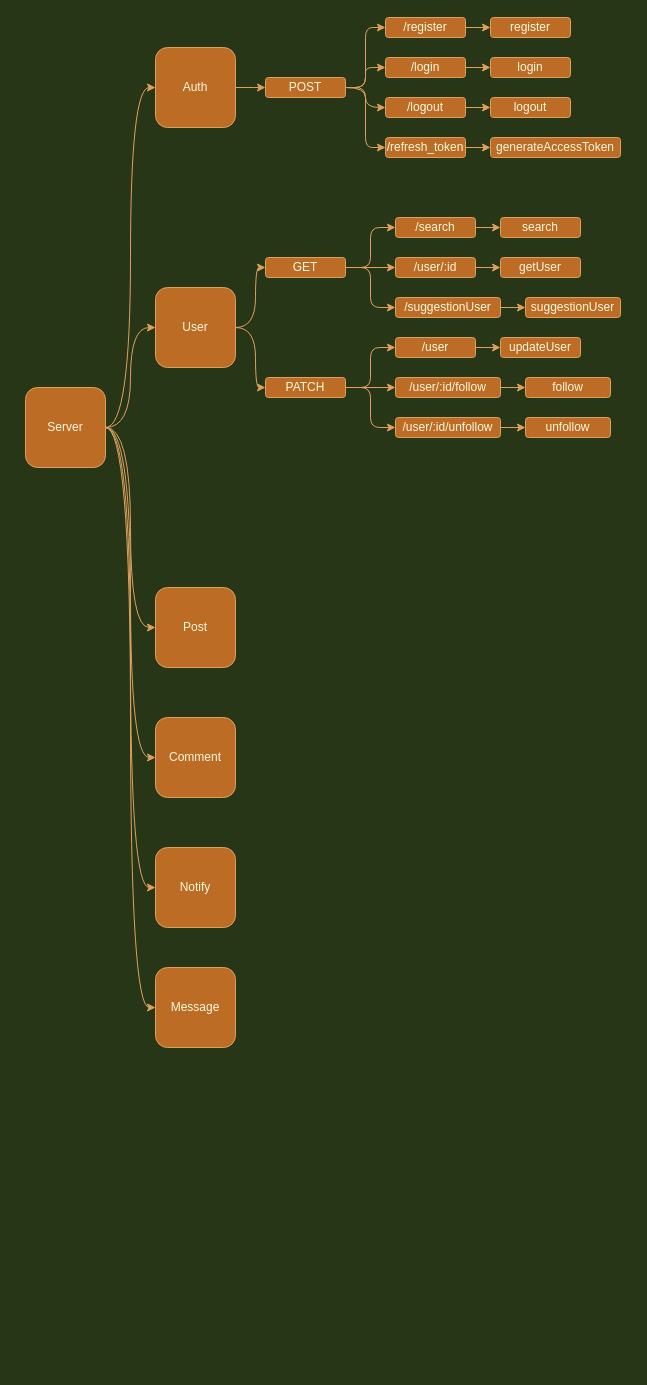
This is Untitled Diagram.drawio from iilhamriz/Social-Media-V2, a draw.io file, before an edit. Source tidied: cells renumbered, new cells numbered last; positions are measured from the earlier drawing's top-left corner, leaving out a move shared by most shapes. Both pictures are drawn from the tidied source at 100%, with x=0, y=0 at pixel (25, 17).
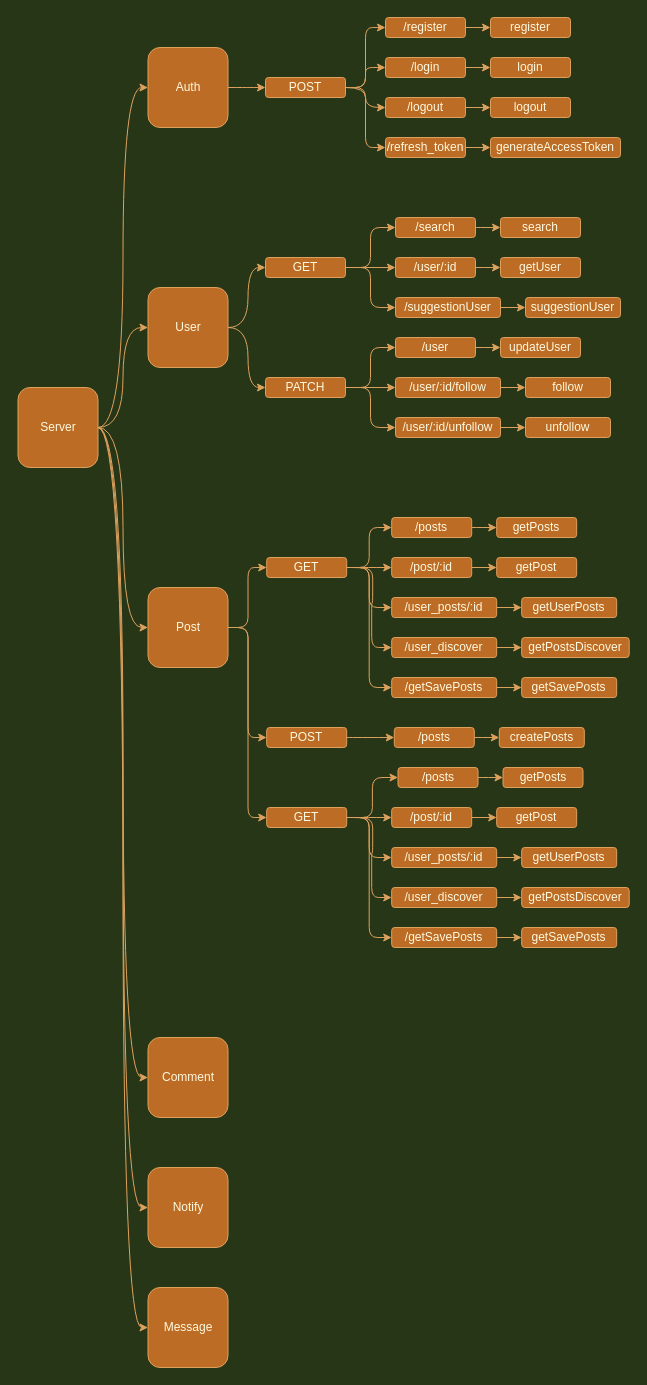
The same page after the edit.

The change refers to these unchanged cells:
```xml
<mxCell id="42" value="PATCH" style="rounded=1;whiteSpace=wrap;html=1;fillColor=#BC6C25;strokeColor=#DDA15E;fontColor=#FEFAE0;" parent="1" vertex="1">
  <mxGeometry x="240" y="360" width="80" height="20" as="geometry" />
</mxCell>
```

Diff of the diagram source:
```diff
@@
     <mxCell id="8" value="Server" style="whiteSpace=wrap;html=1;rounded=1;fillColor=#BC6C25;strokeColor=#DDA15E;fontColor=#FEFAE0;" parent="1" vertex="1">
-      <mxGeometry y="370" width="80" height="80" as="geometry" />
+      <mxGeometry x="-7.5" y="370" width="80" height="80" as="geometry" />
     </mxCell>
@@
     <mxCell id="10" value="Auth" style="whiteSpace=wrap;html=1;rounded=1;fillColor=#BC6C25;strokeColor=#DDA15E;fontColor=#FEFAE0;" parent="1" vertex="1">
-      <mxGeometry x="130" y="30" width="80" height="80" as="geometry" />
+      <mxGeometry x="122.5" y="30" width="80" height="80" as="geometry" />
     </mxCell>
     <mxCell id="11" style="edgeStyle=orthogonalEdgeStyle;rounded=1;jettySize=auto;html=1;entryX=0;entryY=0.5;entryDx=0;entryDy=0;fontColor=#FEFAE0;curved=1;labelBackgroundColor=#283618;strokeColor=#DDA15E;" parent="1" edge="1" source="13" target="42">
-      <mxGeometry relative="1" as="geometry" />
+      <mxGeometry relative="1" as="geometry">
+        <Array as="points">
+          <mxPoint x="222.5" y="310" />
+          <mxPoint x="222.5" y="370" />
+        </Array>
+      </mxGeometry>
     </mxCell>
@@
     <mxCell id="13" value="User" style="whiteSpace=wrap;html=1;rounded=1;fillColor=#BC6C25;strokeColor=#DDA15E;fontColor=#FEFAE0;" parent="1" vertex="1">
-      <mxGeometry x="130" y="270" width="80" height="80" as="geometry" />
+      <mxGeometry x="122.5" y="270" width="80" height="80" as="geometry" />
     </mxCell>
+    <mxCell id="61" style="edgeStyle=orthogonalEdgeStyle;curved=0;rounded=1;sketch=0;jettySize=auto;html=1;entryX=0;entryY=0.5;entryDx=0;entryDy=0;fontColor=#FEFAE0;strokeColor=#DDA15E;fillColor=#BC6C25;" parent="1" edge="1" source="14" target="67">
+      <mxGeometry relative="1" as="geometry">
+        <Array as="points">
+          <mxPoint x="222.5" y="610" />
+          <mxPoint x="222.5" y="550" />
+        </Array>
+      </mxGeometry>
+    </mxCell>
+    <mxCell id="62" style="edgeStyle=orthogonalEdgeStyle;curved=0;rounded=1;sketch=0;jettySize=auto;html=1;entryX=0;entryY=0.5;entryDx=0;entryDy=0;fontColor=#FEFAE0;strokeColor=#DDA15E;fillColor=#BC6C25;" parent="1" edge="1" source="14" target="69">
+      <mxGeometry relative="1" as="geometry">
+        <Array as="points">
+          <mxPoint x="222.5" y="610" />
+          <mxPoint x="222.5" y="720" />
+        </Array>
+      </mxGeometry>
+    </mxCell>
+    <mxCell id="63" style="edgeStyle=orthogonalEdgeStyle;curved=0;rounded=1;sketch=0;jettySize=auto;html=1;fontColor=#FEFAE0;strokeColor=#DDA15E;fillColor=#BC6C25;entryX=0;entryY=0.5;entryDx=0;entryDy=0;" parent="1" edge="1" source="14" target="93">
+      <mxGeometry relative="1" as="geometry">
+        <Array as="points">
+          <mxPoint x="222.5" y="610" />
+          <mxPoint x="222.5" y="800" />
+        </Array>
+      </mxGeometry>
+    </mxCell>
     <mxCell id="14" value="Post" style="whiteSpace=wrap;html=1;rounded=1;fillColor=#BC6C25;strokeColor=#DDA15E;fontColor=#FEFAE0;" parent="1" vertex="1">
-      <mxGeometry x="130" y="570" width="80" height="80" as="geometry" />
+      <mxGeometry x="122.5" y="570" width="80" height="80" as="geometry" />
     </mxCell>
     <mxCell id="15" value="Comment" style="whiteSpace=wrap;html=1;rounded=1;fillColor=#BC6C25;strokeColor=#DDA15E;fontColor=#FEFAE0;" parent="1" vertex="1">
-      <mxGeometry x="130" y="700" width="80" height="80" as="geometry" />
+      <mxGeometry x="122.5" y="1020" width="80" height="80" as="geometry" />
     </mxCell>
     <mxCell id="16" value="Notify" style="whiteSpace=wrap;html=1;rounded=1;fillColor=#BC6C25;strokeColor=#DDA15E;fontColor=#FEFAE0;" parent="1" vertex="1">
-      <mxGeometry x="130" y="830" width="80" height="80" as="geometry" />
+      <mxGeometry x="122.5" y="1150" width="80" height="80" as="geometry" />
     </mxCell>
     <mxCell id="17" value="Message" style="whiteSpace=wrap;html=1;rounded=1;fillColor=#BC6C25;strokeColor=#DDA15E;fontColor=#FEFAE0;" parent="1" vertex="1">
-      <mxGeometry x="130" y="950" width="80" height="80" as="geometry" />
+      <mxGeometry x="122.5" y="1270" width="80" height="80" as="geometry" />
     </mxCell>
@@
+    <mxCell id="64" style="edgeStyle=orthogonalEdgeStyle;rounded=1;jettySize=auto;html=1;fontColor=#FEFAE0;curved=1;labelBackgroundColor=#283618;strokeColor=#DDA15E;" parent="1" edge="1" source="67" target="73">
+      <mxGeometry relative="1" as="geometry" />
+    </mxCell>
+    <mxCell id="65" style="edgeStyle=orthogonalEdgeStyle;curved=0;rounded=1;sketch=0;jettySize=auto;html=1;entryX=0;entryY=0.5;entryDx=0;entryDy=0;fontColor=#FEFAE0;strokeColor=#DDA15E;fillColor=#BC6C25;" parent="1" edge="1" source="67" target="71">
+      <mxGeometry relative="1" as="geometry" />
+    </mxCell>
+    <mxCell id="66" style="edgeStyle=orthogonalEdgeStyle;curved=0;rounded=1;sketch=0;jettySize=auto;html=1;entryX=0;entryY=0.5;entryDx=0;entryDy=0;fontColor=#FEFAE0;strokeColor=#DDA15E;fillColor=#BC6C25;" parent="1" edge="1" source="67" target="80">
+      <mxGeometry relative="1" as="geometry" />
+    </mxCell>
+    <mxCell id="67" value="GET" style="rounded=1;whiteSpace=wrap;html=1;fillColor=#BC6C25;strokeColor=#DDA15E;fontColor=#FEFAE0;" parent="1" vertex="1">
+      <mxGeometry x="241.2" y="540" width="80" height="20" as="geometry" />
+    </mxCell>
+    <mxCell id="68" style="edgeStyle=orthogonalEdgeStyle;rounded=1;jettySize=auto;html=1;entryX=0;entryY=0.5;entryDx=0;entryDy=0;fontColor=#FEFAE0;curved=1;labelBackgroundColor=#283618;strokeColor=#DDA15E;" parent="1" edge="1" source="69" target="75">
+      <mxGeometry relative="1" as="geometry" />
+    </mxCell>
+    <mxCell id="69" value="POST" style="rounded=1;whiteSpace=wrap;html=1;fillColor=#BC6C25;strokeColor=#DDA15E;fontColor=#FEFAE0;" parent="1" vertex="1">
+      <mxGeometry x="241.2" y="710" width="80" height="20" as="geometry" />
+    </mxCell>
+    <mxCell id="70" style="edgeStyle=orthogonalEdgeStyle;rounded=1;jettySize=auto;html=1;exitX=1;exitY=0.5;exitDx=0;exitDy=0;entryX=0;entryY=0.5;entryDx=0;entryDy=0;fontColor=#FEFAE0;curved=1;labelBackgroundColor=#283618;strokeColor=#DDA15E;" parent="1" edge="1" source="71" target="76">
+      <mxGeometry relative="1" as="geometry" />
+    </mxCell>
+    <mxCell id="71" value="/posts" style="rounded=1;whiteSpace=wrap;html=1;fillColor=#BC6C25;strokeColor=#DDA15E;fontColor=#FEFAE0;" parent="1" vertex="1">
+      <mxGeometry x="366.2" y="500" width="80" height="20" as="geometry" />
+    </mxCell>
+    <mxCell id="72" style="edgeStyle=orthogonalEdgeStyle;rounded=1;jettySize=auto;html=1;entryX=0;entryY=0.5;entryDx=0;entryDy=0;fontColor=#FEFAE0;curved=1;labelBackgroundColor=#283618;strokeColor=#DDA15E;" parent="1" edge="1" source="73" target="77">
+      <mxGeometry relative="1" as="geometry" />
+    </mxCell>
+    <mxCell id="73" value="/post/:id" style="rounded=1;whiteSpace=wrap;html=1;fillColor=#BC6C25;strokeColor=#DDA15E;fontColor=#FEFAE0;" parent="1" vertex="1">
+      <mxGeometry x="366.2" y="540" width="80" height="20" as="geometry" />
+    </mxCell>
+    <mxCell id="74" style="edgeStyle=orthogonalEdgeStyle;rounded=1;jettySize=auto;html=1;entryX=0;entryY=0.5;entryDx=0;entryDy=0;fontColor=#FEFAE0;curved=1;labelBackgroundColor=#283618;strokeColor=#DDA15E;" parent="1" edge="1" source="75" target="78">
+      <mxGeometry relative="1" as="geometry" />
+    </mxCell>
+    <mxCell id="75" value="/posts" style="rounded=1;whiteSpace=wrap;html=1;fillColor=#BC6C25;strokeColor=#DDA15E;fontColor=#FEFAE0;" parent="1" vertex="1">
+      <mxGeometry x="368.8" y="710" width="80" height="20" as="geometry" />
+    </mxCell>
+    <mxCell id="76" value="getPosts" style="rounded=1;whiteSpace=wrap;html=1;fillColor=#BC6C25;strokeColor=#DDA15E;fontColor=#FEFAE0;" parent="1" vertex="1">
+      <mxGeometry x="471.2" y="500" width="80" height="20" as="geometry" />
+    </mxCell>
+    <mxCell id="77" value="getPost" style="rounded=1;whiteSpace=wrap;html=1;fillColor=#BC6C25;strokeColor=#DDA15E;fontColor=#FEFAE0;" parent="1" vertex="1">
+      <mxGeometry x="471.2" y="540" width="80" height="20" as="geometry" />
+    </mxCell>
+    <mxCell id="78" value="createPosts" style="rounded=1;whiteSpace=wrap;html=1;fillColor=#BC6C25;strokeColor=#DDA15E;fontColor=#FEFAE0;" parent="1" vertex="1">
+      <mxGeometry x="473.8" y="710" width="85" height="20" as="geometry" />
+    </mxCell>
+    <mxCell id="79" style="edgeStyle=orthogonalEdgeStyle;rounded=1;jettySize=auto;html=1;entryX=0;entryY=0.5;entryDx=0;entryDy=0;fontColor=#FEFAE0;curved=1;labelBackgroundColor=#283618;strokeColor=#DDA15E;" parent="1" edge="1" source="80" target="81">
+      <mxGeometry relative="1" as="geometry" />
+    </mxCell>
+    <mxCell id="80" value="/user_posts/:id" style="rounded=1;whiteSpace=wrap;html=1;fillColor=#BC6C25;strokeColor=#DDA15E;fontColor=#FEFAE0;" parent="1" vertex="1">
+      <mxGeometry x="366.2" y="580" width="105" height="20" as="geometry" />
+    </mxCell>
+    <mxCell id="81" value="getUserPosts" style="rounded=1;whiteSpace=wrap;html=1;fillColor=#BC6C25;strokeColor=#DDA15E;fontColor=#FEFAE0;" parent="1" vertex="1">
+      <mxGeometry x="496.2" y="580" width="95" height="20" as="geometry" />
+    </mxCell>
+    <mxCell id="82" style="edgeStyle=orthogonalEdgeStyle;curved=0;rounded=1;sketch=0;jettySize=auto;html=1;entryX=0;entryY=0.5;entryDx=0;entryDy=0;fontColor=#FEFAE0;strokeColor=#DDA15E;fillColor=#BC6C25;" parent="1" edge="1" target="84">
+      <mxGeometry relative="1" as="geometry">
+        <mxPoint x="326.2" y="550" as="sourcePoint" />
+      </mxGeometry>
+    </mxCell>
+    <mxCell id="83" style="edgeStyle=orthogonalEdgeStyle;rounded=1;jettySize=auto;html=1;entryX=0;entryY=0.5;entryDx=0;entryDy=0;fontColor=#FEFAE0;curved=1;labelBackgroundColor=#283618;strokeColor=#DDA15E;" parent="1" edge="1" source="84" target="85">
+      <mxGeometry relative="1" as="geometry" />
+    </mxCell>
+    <mxCell id="84" value="/user_discover" style="rounded=1;whiteSpace=wrap;html=1;fillColor=#BC6C25;strokeColor=#DDA15E;fontColor=#FEFAE0;" parent="1" vertex="1">
+      <mxGeometry x="366.2" y="620" width="105" height="20" as="geometry" />
+    </mxCell>
+    <mxCell id="85" value="getPostsDiscover" style="rounded=1;whiteSpace=wrap;html=1;fillColor=#BC6C25;strokeColor=#DDA15E;fontColor=#FEFAE0;" parent="1" vertex="1">
+      <mxGeometry x="496.2" y="620" width="107.5" height="20" as="geometry" />
+    </mxCell>
+    <mxCell id="86" style="edgeStyle=orthogonalEdgeStyle;curved=0;rounded=1;sketch=0;jettySize=auto;html=1;entryX=0;entryY=0.5;entryDx=0;entryDy=0;fontColor=#FEFAE0;strokeColor=#DDA15E;fillColor=#BC6C25;exitX=1;exitY=0.5;exitDx=0;exitDy=0;" parent="1" edge="1" source="67" target="88">
+      <mxGeometry relative="1" as="geometry" />
+    </mxCell>
+    <mxCell id="87" style="edgeStyle=orthogonalEdgeStyle;rounded=1;jettySize=auto;html=1;entryX=0;entryY=0.5;entryDx=0;entryDy=0;fontColor=#FEFAE0;curved=1;labelBackgroundColor=#283618;strokeColor=#DDA15E;" parent="1" edge="1" source="88" target="89">
+      <mxGeometry relative="1" as="geometry" />
+    </mxCell>
+    <mxCell id="88" value="/getSavePosts" style="rounded=1;whiteSpace=wrap;html=1;fillColor=#BC6C25;strokeColor=#DDA15E;fontColor=#FEFAE0;" parent="1" vertex="1">
+      <mxGeometry x="366.2" y="660" width="105" height="20" as="geometry" />
+    </mxCell>
+    <mxCell id="89" value="getSavePosts" style="rounded=1;whiteSpace=wrap;html=1;fillColor=#BC6C25;strokeColor=#DDA15E;fontColor=#FEFAE0;" parent="1" vertex="1">
+      <mxGeometry x="496.2" y="660" width="95" height="20" as="geometry" />
+    </mxCell>
+    <mxCell id="90" style="edgeStyle=orthogonalEdgeStyle;rounded=1;jettySize=auto;html=1;fontColor=#FEFAE0;curved=1;labelBackgroundColor=#283618;strokeColor=#DDA15E;" parent="1" edge="1" source="93" target="97">
+      <mxGeometry relative="1" as="geometry" />
+    </mxCell>
+    <mxCell id="91" style="edgeStyle=orthogonalEdgeStyle;curved=0;rounded=1;sketch=0;jettySize=auto;html=1;entryX=0;entryY=0.5;entryDx=0;entryDy=0;fontColor=#FEFAE0;strokeColor=#DDA15E;fillColor=#BC6C25;" parent="1" edge="1" source="93" target="95">
+      <mxGeometry relative="1" as="geometry" />
+    </mxCell>
+    <mxCell id="92" style="edgeStyle=orthogonalEdgeStyle;curved=0;rounded=1;sketch=0;jettySize=auto;html=1;entryX=0;entryY=0.5;entryDx=0;entryDy=0;fontColor=#FEFAE0;strokeColor=#DDA15E;fillColor=#BC6C25;" parent="1" edge="1" source="93" target="101">
+      <mxGeometry relative="1" as="geometry" />
+    </mxCell>
+    <mxCell id="93" value="GET" style="rounded=1;whiteSpace=wrap;html=1;fillColor=#BC6C25;strokeColor=#DDA15E;fontColor=#FEFAE0;" parent="1" vertex="1">
+      <mxGeometry x="241.2" y="790" width="80" height="20" as="geometry" />
+    </mxCell>
+    <mxCell id="94" style="edgeStyle=orthogonalEdgeStyle;rounded=1;jettySize=auto;html=1;exitX=1;exitY=0.5;exitDx=0;exitDy=0;entryX=0;entryY=0.5;entryDx=0;entryDy=0;fontColor=#FEFAE0;curved=1;labelBackgroundColor=#283618;strokeColor=#DDA15E;" parent="1" edge="1" source="95" target="98">
+      <mxGeometry relative="1" as="geometry" />
+    </mxCell>
+    <mxCell id="95" value="/posts" style="rounded=1;whiteSpace=wrap;html=1;fillColor=#BC6C25;strokeColor=#DDA15E;fontColor=#FEFAE0;" parent="1" vertex="1">
+      <mxGeometry x="372.5" y="750" width="80" height="20" as="geometry" />
+    </mxCell>
+    <mxCell id="96" style="edgeStyle=orthogonalEdgeStyle;rounded=1;jettySize=auto;html=1;entryX=0;entryY=0.5;entryDx=0;entryDy=0;fontColor=#FEFAE0;curved=1;labelBackgroundColor=#283618;strokeColor=#DDA15E;" parent="1" edge="1" source="97" target="99">
+      <mxGeometry relative="1" as="geometry" />
+    </mxCell>
+    <mxCell id="97" value="/post/:id" style="rounded=1;whiteSpace=wrap;html=1;fillColor=#BC6C25;strokeColor=#DDA15E;fontColor=#FEFAE0;" parent="1" vertex="1">
+      <mxGeometry x="366.2" y="790" width="80" height="20" as="geometry" />
+    </mxCell>
+    <mxCell id="98" value="getPosts" style="rounded=1;whiteSpace=wrap;html=1;fillColor=#BC6C25;strokeColor=#DDA15E;fontColor=#FEFAE0;" parent="1" vertex="1">
+      <mxGeometry x="477.5" y="750" width="80" height="20" as="geometry" />
+    </mxCell>
+    <mxCell id="99" value="getPost" style="rounded=1;whiteSpace=wrap;html=1;fillColor=#BC6C25;strokeColor=#DDA15E;fontColor=#FEFAE0;" parent="1" vertex="1">
+      <mxGeometry x="471.2" y="790" width="80" height="20" as="geometry" />
+    </mxCell>
+    <mxCell id="100" style="edgeStyle=orthogonalEdgeStyle;rounded=1;jettySize=auto;html=1;entryX=0;entryY=0.5;entryDx=0;entryDy=0;fontColor=#FEFAE0;curved=1;labelBackgroundColor=#283618;strokeColor=#DDA15E;" parent="1" edge="1" source="101" target="102">
+      <mxGeometry relative="1" as="geometry" />
+    </mxCell>
+    <mxCell id="101" value="/user_posts/:id" style="rounded=1;whiteSpace=wrap;html=1;fillColor=#BC6C25;strokeColor=#DDA15E;fontColor=#FEFAE0;" parent="1" vertex="1">
+      <mxGeometry x="366.2" y="830" width="105" height="20" as="geometry" />
+    </mxCell>
+    <mxCell id="102" value="getUserPosts" style="rounded=1;whiteSpace=wrap;html=1;fillColor=#BC6C25;strokeColor=#DDA15E;fontColor=#FEFAE0;" parent="1" vertex="1">
+      <mxGeometry x="496.2" y="830" width="95" height="20" as="geometry" />
+    </mxCell>
+    <mxCell id="103" style="edgeStyle=orthogonalEdgeStyle;curved=0;rounded=1;sketch=0;jettySize=auto;html=1;entryX=0;entryY=0.5;entryDx=0;entryDy=0;fontColor=#FEFAE0;strokeColor=#DDA15E;fillColor=#BC6C25;" parent="1" edge="1" target="105">
+      <mxGeometry relative="1" as="geometry">
+        <mxPoint x="326.2" y="800" as="sourcePoint" />
+      </mxGeometry>
+    </mxCell>
+    <mxCell id="104" style="edgeStyle=orthogonalEdgeStyle;rounded=1;jettySize=auto;html=1;entryX=0;entryY=0.5;entryDx=0;entryDy=0;fontColor=#FEFAE0;curved=1;labelBackgroundColor=#283618;strokeColor=#DDA15E;" parent="1" edge="1" source="105" target="106">
+      <mxGeometry relative="1" as="geometry" />
+    </mxCell>
+    <mxCell id="105" value="/user_discover" style="rounded=1;whiteSpace=wrap;html=1;fillColor=#BC6C25;strokeColor=#DDA15E;fontColor=#FEFAE0;" parent="1" vertex="1">
+      <mxGeometry x="366.2" y="870" width="105" height="20" as="geometry" />
+    </mxCell>
+    <mxCell id="106" value="getPostsDiscover" style="rounded=1;whiteSpace=wrap;html=1;fillColor=#BC6C25;strokeColor=#DDA15E;fontColor=#FEFAE0;" parent="1" vertex="1">
+      <mxGeometry x="496.2" y="870" width="107.5" height="20" as="geometry" />
+    </mxCell>
+    <mxCell id="107" style="edgeStyle=orthogonalEdgeStyle;curved=0;rounded=1;sketch=0;jettySize=auto;html=1;entryX=0;entryY=0.5;entryDx=0;entryDy=0;fontColor=#FEFAE0;strokeColor=#DDA15E;fillColor=#BC6C25;exitX=1;exitY=0.5;exitDx=0;exitDy=0;" parent="1" edge="1" source="93" target="109">
+      <mxGeometry relative="1" as="geometry" />
+    </mxCell>
+    <mxCell id="108" style="edgeStyle=orthogonalEdgeStyle;rounded=1;jettySize=auto;html=1;entryX=0;entryY=0.5;entryDx=0;entryDy=0;fontColor=#FEFAE0;curved=1;labelBackgroundColor=#283618;strokeColor=#DDA15E;" parent="1" edge="1" source="109" target="110">
+      <mxGeometry relative="1" as="geometry" />
+    </mxCell>
+    <mxCell id="109" value="/getSavePosts" style="rounded=1;whiteSpace=wrap;html=1;fillColor=#BC6C25;strokeColor=#DDA15E;fontColor=#FEFAE0;" parent="1" vertex="1">
+      <mxGeometry x="366.2" y="910" width="105" height="20" as="geometry" />
+    </mxCell>
+    <mxCell id="110" value="getSavePosts" style="rounded=1;whiteSpace=wrap;html=1;fillColor=#BC6C25;strokeColor=#DDA15E;fontColor=#FEFAE0;" parent="1" vertex="1">
+      <mxGeometry x="496.2" y="910" width="95" height="20" as="geometry" />
+    </mxCell>
```
